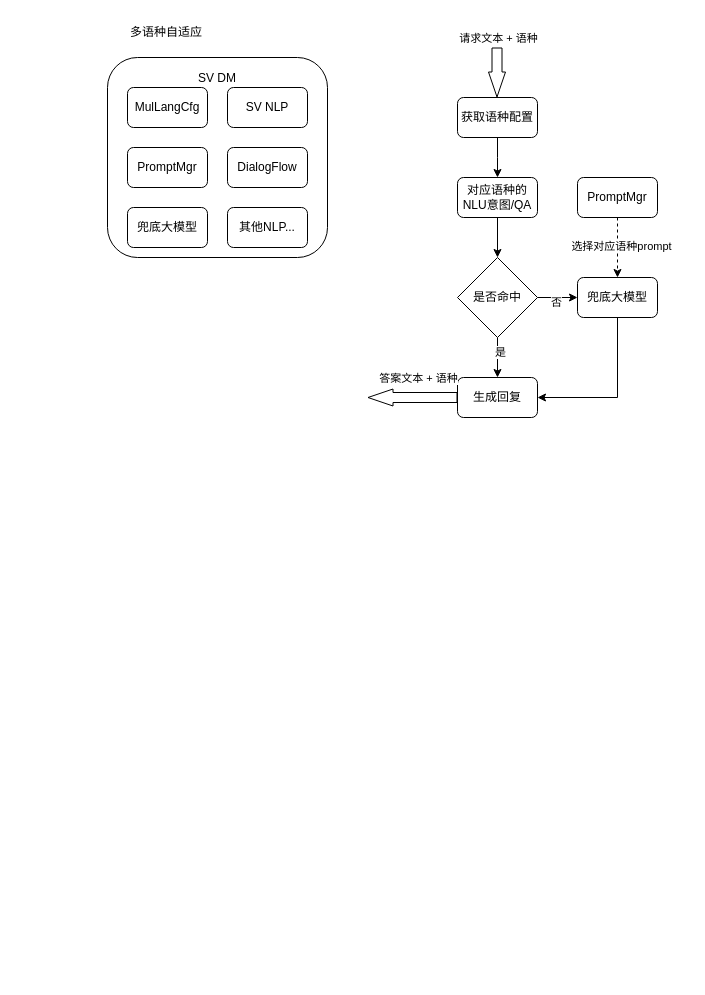
This is 多语言自适应.drawio from renzhan/drawio, a draw.io file, before an edit. Source tidied: cells renumbered, new cells numbered last; positions are measured from the earlier drawing's top-left corner, leaving out a move shared by most shapes. Both pictures are drawn from the tidied source at 100%, with x=0, y=0 at pixel (107, 17).
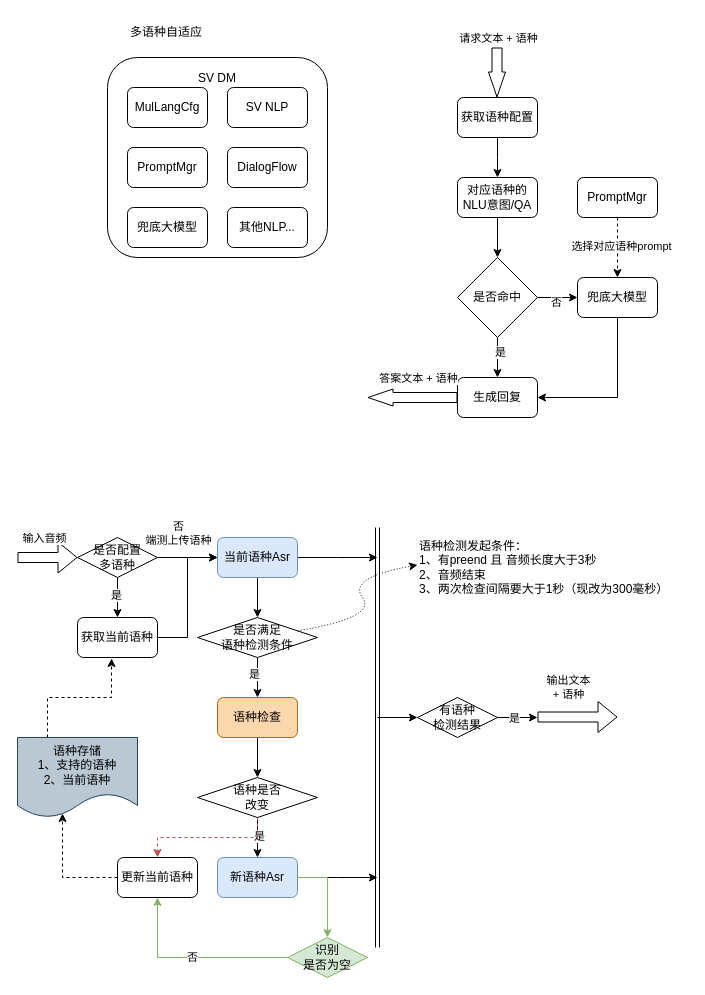
The same page after the edit.

Commit message:
multi lang

Diff of the diagram source:
```diff
@@
+    <mxCell id="29" style="edgeStyle=orthogonalEdgeStyle;rounded=0;jettySize=auto;html=1;exitX=1;exitY=0.5;exitDx=0;exitDy=0;entryX=0;entryY=0.5;entryDx=0;entryDy=0;" parent="1" edge="1" source="30" target="35">
+      <mxGeometry relative="1" as="geometry" />
+    </mxCell>
+    <mxCell id="30" value="获取当前语种" style="rounded=1;whiteSpace=wrap;html=1;" parent="1" vertex="1">
+      <mxGeometry x="-30" y="600" width="80" height="40" as="geometry" />
+    </mxCell>
+    <mxCell id="31" style="shape=flexArrow;endArrow=classic;html=1;rounded=0;entryX=0;entryY=0.5;entryDx=0;entryDy=0;" parent="1" edge="1" target="67">
+      <mxGeometry relative="1" as="geometry">
+        <mxPoint x="-90" y="540" as="sourcePoint" />
+      </mxGeometry>
+    </mxCell>
+    <mxCell id="32" value="输入音频" style="edgeLabel;html=1;align=center;verticalAlign=middle;" parent="31" vertex="1">
+      <mxGeometry x="-0.6" y="2" relative="1" as="geometry">
+        <mxPoint x="14" y="-18" as="offset" />
+      </mxGeometry>
+    </mxCell>
+    <mxCell id="33" style="edgeStyle=orthogonalEdgeStyle;rounded=0;jettySize=auto;html=1;exitX=0.5;exitY=1;exitDx=0;exitDy=0;entryX=0.5;entryY=0;entryDx=0;entryDy=0;" parent="1" edge="1" source="35" target="38">
+      <mxGeometry relative="1" as="geometry" />
+    </mxCell>
+    <mxCell id="34" style="edgeStyle=orthogonalEdgeStyle;rounded=0;jettySize=auto;html=1;exitX=1;exitY=0.5;exitDx=0;exitDy=0;" parent="1" edge="1" source="35">
+      <mxGeometry relative="1" as="geometry">
+        <mxPoint x="270" y="540" as="targetPoint" />
+      </mxGeometry>
+    </mxCell>
+    <mxCell id="35" value="当前语种Asr" style="rounded=1;whiteSpace=wrap;html=1;fillColor=#dae8fc;strokeColor=#6c8ebf;" parent="1" vertex="1">
+      <mxGeometry x="110" y="520" width="80" height="40" as="geometry" />
+    </mxCell>
+    <mxCell id="36" style="edgeStyle=orthogonalEdgeStyle;rounded=0;jettySize=auto;html=1;exitX=0.5;exitY=1;exitDx=0;exitDy=0;entryX=0.5;entryY=0;entryDx=0;entryDy=0;" parent="1" edge="1" source="38" target="40">
+      <mxGeometry relative="1" as="geometry" />
+    </mxCell>
+    <mxCell id="37" value="是" style="edgeLabel;html=1;align=center;verticalAlign=middle;" parent="36" vertex="1">
+      <mxGeometry x="-0.2" y="-4" relative="1" as="geometry" />
+    </mxCell>
+    <mxCell id="38" value="是否满足&lt;br&gt;语种检测条件" style="rhombus;whiteSpace=wrap;html=1;" parent="1" vertex="1">
+      <mxGeometry x="90" y="600" width="120" height="40" as="geometry" />
+    </mxCell>
+    <mxCell id="39" style="edgeStyle=orthogonalEdgeStyle;rounded=0;jettySize=auto;html=1;exitX=0.5;exitY=1;exitDx=0;exitDy=0;entryX=0.5;entryY=0;entryDx=0;entryDy=0;" parent="1" edge="1" source="40" target="44">
+      <mxGeometry relative="1" as="geometry" />
+    </mxCell>
+    <mxCell id="40" value="语种检查" style="rounded=1;whiteSpace=wrap;html=1;fillColor=#fad7ac;strokeColor=#b46504;" parent="1" vertex="1">
+      <mxGeometry x="110" y="680" width="80" height="40" as="geometry" />
+    </mxCell>
+    <mxCell id="41" style="edgeStyle=orthogonalEdgeStyle;rounded=0;jettySize=auto;html=1;exitX=0.5;exitY=1;exitDx=0;exitDy=0;entryX=0.5;entryY=0;entryDx=0;entryDy=0;" parent="1" edge="1" source="44" target="47">
+      <mxGeometry relative="1" as="geometry" />
+    </mxCell>
+    <mxCell id="42" value="是" style="edgeLabel;html=1;align=center;verticalAlign=middle;" parent="41" vertex="1">
+      <mxGeometry x="-0.1" y="1" relative="1" as="geometry" />
+    </mxCell>
+    <mxCell id="43" style="edgeStyle=orthogonalEdgeStyle;rounded=0;jettySize=auto;html=1;exitX=0.5;exitY=1;exitDx=0;exitDy=0;entryX=0.5;entryY=0;entryDx=0;entryDy=0;dashed=1;fillColor=#f8cecc;strokeColor=#b85450;" parent="1" edge="1" source="44" target="51">
+      <mxGeometry relative="1" as="geometry" />
+    </mxCell>
+    <mxCell id="44" value="语种是否&lt;br&gt;改变" style="rhombus;whiteSpace=wrap;html=1;" parent="1" vertex="1">
+      <mxGeometry x="90" y="760" width="120" height="40" as="geometry" />
+    </mxCell>
+    <mxCell id="45" style="edgeStyle=orthogonalEdgeStyle;rounded=0;jettySize=auto;html=1;exitX=1;exitY=0.5;exitDx=0;exitDy=0;" parent="1" edge="1" source="47">
+      <mxGeometry relative="1" as="geometry">
+        <mxPoint x="270" y="860" as="targetPoint" />
+      </mxGeometry>
+    </mxCell>
+    <mxCell id="46" style="edgeStyle=orthogonalEdgeStyle;rounded=0;jettySize=auto;html=1;exitX=1;exitY=0.5;exitDx=0;exitDy=0;entryX=0.5;entryY=0;entryDx=0;entryDy=0;fillColor=#d5e8d4;strokeColor=#82b366;" parent="1" edge="1" source="47" target="60">
+      <mxGeometry relative="1" as="geometry" />
+    </mxCell>
+    <mxCell id="47" value="新语种Asr" style="rounded=1;whiteSpace=wrap;html=1;fillColor=#dae8fc;strokeColor=#6c8ebf;" parent="1" vertex="1">
+      <mxGeometry x="110" y="840" width="80" height="40" as="geometry" />
+    </mxCell>
+    <mxCell id="48" style="edgeStyle=orthogonalEdgeStyle;rounded=0;jettySize=auto;html=1;exitX=0.25;exitY=0;exitDx=0;exitDy=0;entryX=0.425;entryY=1.025;entryDx=0;entryDy=0;entryPerimeter=0;dashed=1;" parent="1" edge="1" source="49" target="30">
+      <mxGeometry relative="1" as="geometry" />
+    </mxCell>
+    <mxCell id="49" value="语种存储&lt;br style=&quot;border-color: var(--border-color);&quot;&gt;1、支持的语种&lt;br style=&quot;border-color: var(--border-color);&quot;&gt;2、当前语种" style="shape=document;whiteSpace=wrap;html=1;boundedLbl=1;fillColor=#bac8d3;strokeColor=#23445d;" parent="1" vertex="1">
+      <mxGeometry x="-90" y="720" width="120" height="80" as="geometry" />
+    </mxCell>
+    <mxCell id="50" style="edgeStyle=orthogonalEdgeStyle;rounded=0;jettySize=auto;html=1;exitX=0;exitY=0.5;exitDx=0;exitDy=0;entryX=0.375;entryY=0.95;entryDx=0;entryDy=0;entryPerimeter=0;dashed=1;" parent="1" edge="1" source="51" target="49">
+      <mxGeometry relative="1" as="geometry" />
+    </mxCell>
+    <mxCell id="51" value="更新当前语种" style="rounded=1;whiteSpace=wrap;html=1;" parent="1" vertex="1">
+      <mxGeometry x="10" y="840" width="80" height="40" as="geometry" />
+    </mxCell>
+    <mxCell id="52" style="shape=flexArrow;endArrow=classic;html=1;rounded=0;entryX=0;entryY=0.5;entryDx=0;entryDy=0;" parent="1" edge="1">
+      <mxGeometry relative="1" as="geometry">
+        <mxPoint x="430" y="699.5" as="sourcePoint" />
+        <mxPoint x="510" y="699.5" as="targetPoint" />
+      </mxGeometry>
+    </mxCell>
+    <mxCell id="53" value="输出文本&lt;br&gt;+ 语种" style="edgeLabel;html=1;align=center;verticalAlign=middle;" parent="52" vertex="1">
+      <mxGeometry x="-0.38" y="-1" relative="1" as="geometry">
+        <mxPoint x="5" y="-31" as="offset" />
+      </mxGeometry>
+    </mxCell>
+    <mxCell id="54" style="shape=link;html=1;rounded=0;" parent="1" edge="1">
+      <mxGeometry relative="1" as="geometry">
+        <mxPoint x="270" y="510" as="sourcePoint" />
+        <mxPoint x="270" y="930" as="targetPoint" />
+      </mxGeometry>
+    </mxCell>
+    <mxCell id="55" style="edgeStyle=orthogonalEdgeStyle;rounded=0;jettySize=auto;html=1;exitX=1;exitY=0.5;exitDx=0;exitDy=0;" parent="1" edge="1" source="57">
+      <mxGeometry relative="1" as="geometry">
+        <mxPoint x="430" y="700" as="targetPoint" />
+      </mxGeometry>
+    </mxCell>
+    <mxCell id="56" value="是" style="edgeLabel;html=1;align=center;verticalAlign=middle;" parent="55" vertex="1">
+      <mxGeometry x="-0.23" relative="1" as="geometry" />
+    </mxCell>
+    <mxCell id="57" value="有语种&lt;br&gt;检测结果" style="rhombus;whiteSpace=wrap;html=1;" parent="1" vertex="1">
+      <mxGeometry x="310" y="680" width="80" height="40" as="geometry" />
+    </mxCell>
+    <mxCell id="58" style="endArrow=classic;html=1;rounded=0;entryX=0;entryY=0.5;entryDx=0;entryDy=0;" parent="1" edge="1" target="57">
+      <mxGeometry relative="1" as="geometry">
+        <mxPoint x="270" y="700" as="sourcePoint" />
+      </mxGeometry>
+    </mxCell>
+    <mxCell id="59" value="否" style="edgeStyle=orthogonalEdgeStyle;rounded=0;jettySize=auto;html=1;exitX=0;exitY=0.5;exitDx=0;exitDy=0;entryX=0.5;entryY=1;entryDx=0;entryDy=0;fillColor=#d5e8d4;strokeColor=#82b366;" parent="1" edge="1" source="60" target="51">
+      <mxGeometry relative="1" as="geometry" />
+    </mxCell>
+    <mxCell id="60" value="识别&lt;br&gt;是否为空" style="rhombus;whiteSpace=wrap;html=1;fillColor=#d5e8d4;strokeColor=#82b366;" parent="1" vertex="1">
+      <mxGeometry x="180" y="920" width="80" height="40" as="geometry" />
+    </mxCell>
+    <mxCell id="61" value="语种检测发起条件：&lt;br&gt;1、有preend 且 音频长度大于3秒&amp;nbsp;&lt;br&gt;2、音频结束&lt;br&gt;3、两次检查间隔要大于1秒（现改为300毫秒）" style="text;html=1;strokeColor=none;fillColor=none;align=left;verticalAlign=top;whiteSpace=wrap;rounded=0;" parent="1" vertex="1">
+      <mxGeometry x="310" y="515" width="270" height="65" as="geometry" />
+    </mxCell>
+    <mxCell id="62" style="curved=1;endArrow=classic;html=1;rounded=0;dashed=1;dashPattern=1 2;entryX=0;entryY=0.5;entryDx=0;entryDy=0;" parent="1" edge="1" source="38" target="61">
+      <mxGeometry relative="1" as="geometry">
+        <Array as="points">
+          <mxPoint x="270" y="600" />
+          <mxPoint x="240" y="560" />
+        </Array>
+      </mxGeometry>
+    </mxCell>
+    <mxCell id="63" style="edgeStyle=orthogonalEdgeStyle;rounded=0;jettySize=auto;html=1;exitX=0.5;exitY=1;exitDx=0;exitDy=0;" parent="1" edge="1" source="67" target="30">
+      <mxGeometry relative="1" as="geometry" />
+    </mxCell>
+    <mxCell id="64" value="是" style="edgeLabel;html=1;align=center;verticalAlign=middle;" parent="63" vertex="1">
+      <mxGeometry x="-0.15" y="-2" relative="1" as="geometry" />
+    </mxCell>
+    <mxCell id="65" style="edgeStyle=orthogonalEdgeStyle;rounded=0;jettySize=auto;html=1;exitX=1;exitY=0.5;exitDx=0;exitDy=0;entryX=0;entryY=0.5;entryDx=0;entryDy=0;" parent="1" edge="1" source="67" target="35">
+      <mxGeometry relative="1" as="geometry" />
+    </mxCell>
+    <mxCell id="66" value="否&lt;br&gt;端测上传语种" style="edgeLabel;html=1;align=center;verticalAlign=middle;" parent="65" vertex="1">
+      <mxGeometry x="-0.6" y="-1" relative="1" as="geometry">
+        <mxPoint x="8" y="-26" as="offset" />
+      </mxGeometry>
+    </mxCell>
+    <mxCell id="67" value="是否配置&lt;br&gt;多语种" style="rhombus;whiteSpace=wrap;html=1;" parent="1" vertex="1">
+      <mxGeometry x="-30" y="520" width="80" height="40" as="geometry" />
+    </mxCell>
```
